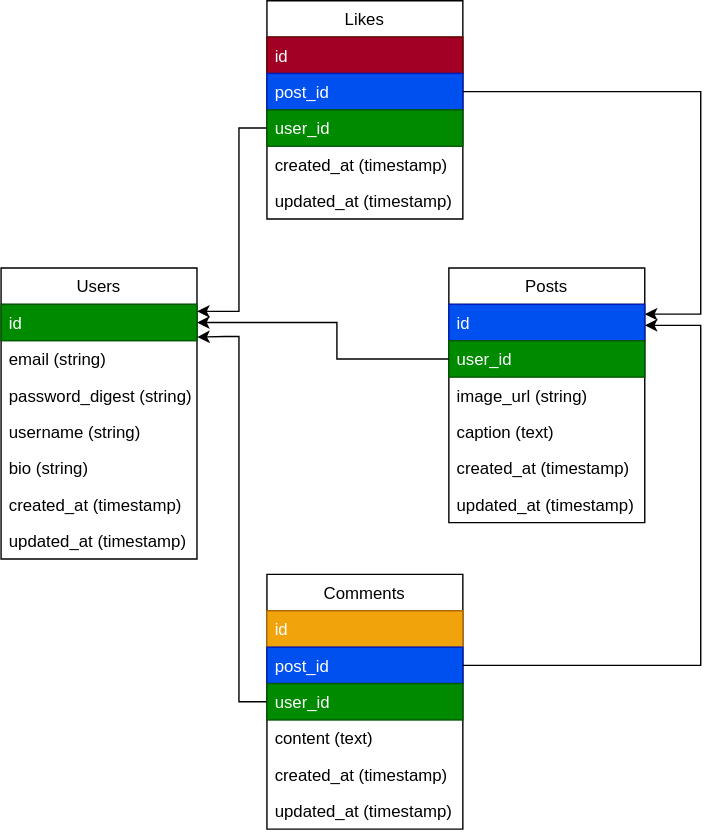
The draw.io diagram domain_model.drawio.svg in makersacademy/instagram-challenge, before a commit. Source tidied: cells renumbered, new cells last; positions are measured from the earlier drawing's top-left corner, leaving out a move shared by most shapes.
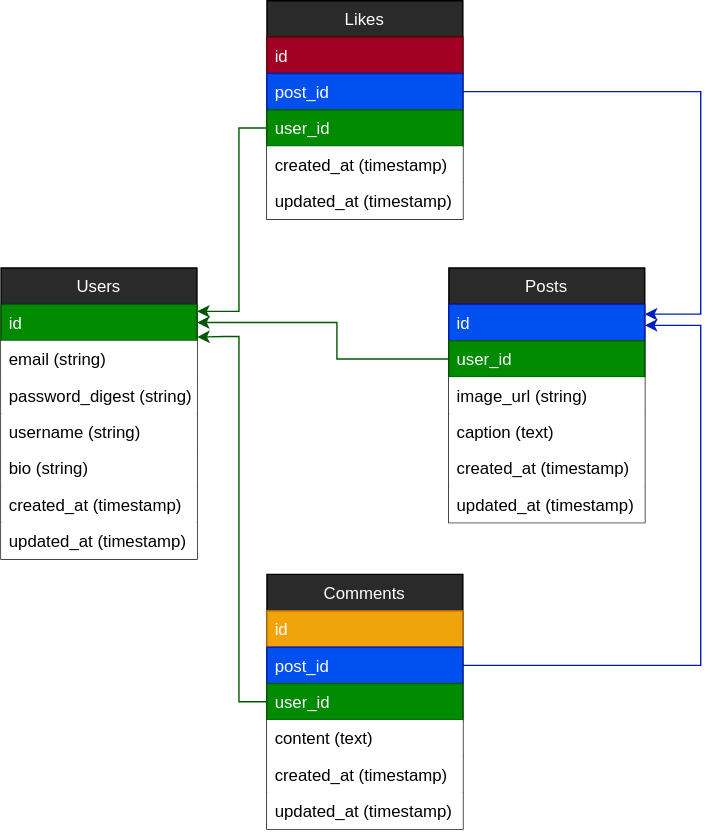
After the commit.

What changed in the source:
```diff
@@ -1,32 +1,32 @@
-<mxGraphModel background="#ffffff">
+<mxGraphModel>
   <root>
     <mxCell id="0" />
     <mxCell id="1" parent="0" />
-    <mxCell id="2" value="Users" style="swimlane;fontStyle=0;horizontal=1;startSize=26;" parent="1" vertex="1">
+    <mxCell id="2" value="Users" style="swimlane;fontStyle=0;horizontal=1;startSize=26;fillColor=#2A2A2A;fontColor=#FFFFFF;" parent="1" vertex="1">
       <mxGeometry y="191" width="140" height="208" as="geometry" />
     </mxCell>
     <mxCell id="3" value="id" style="text;strokeColor=#005700;fillColor=#008a00;align=left;verticalAlign=top;spacingLeft=4;spacingRight=4;overflow=hidden;points=[[0,0.5],[1,0.5]];portConstraint=eastwest;fontColor=#ffffff;" parent="2" vertex="1">
       <mxGeometry y="26" width="140" height="26" as="geometry" />
     </mxCell>
-    <mxCell id="4" value="email (string)" style="text;strokeColor=none;align=left;verticalAlign=top;spacingLeft=4;spacingRight=4;overflow=hidden;fontColor=#000000;" parent="2" vertex="1">
+    <mxCell id="4" value="email (string)" style="text;align=left;verticalAlign=top;spacingLeft=4;spacingRight=4;overflow=hidden;fillColor=#FFFFFF;fontColor=#000000;" parent="2" vertex="1">
       <mxGeometry y="52" width="140" height="26" as="geometry" />
     </mxCell>
-    <mxCell id="5" value="password_digest (string)" style="text;strokeColor=none;align=left;verticalAlign=top;spacingLeft=4;spacingRight=4;overflow=hidden;fontColor=#000000;" parent="2" vertex="1">
+    <mxCell id="5" value="password_digest (string)" style="text;align=left;verticalAlign=top;spacingLeft=4;spacingRight=4;overflow=hidden;fillColor=#FFFFFF;fontColor=#000000;" parent="2" vertex="1">
       <mxGeometry y="78" width="140" height="26" as="geometry" />
     </mxCell>
-    <mxCell id="6" value="username (string)" style="text;strokeColor=none;align=left;verticalAlign=top;spacingLeft=4;spacingRight=4;overflow=hidden;fontColor=#000000;" parent="2" vertex="1">
+    <mxCell id="6" value="username (string)" style="text;align=left;verticalAlign=top;spacingLeft=4;spacingRight=4;overflow=hidden;fillColor=#FFFFFF;fontColor=#000000;" parent="2" vertex="1">
       <mxGeometry y="104" width="140" height="26" as="geometry" />
     </mxCell>
-    <mxCell id="7" value="bio (string)" style="text;strokeColor=none;align=left;verticalAlign=top;spacingLeft=4;spacingRight=4;overflow=hidden;fontColor=#000000;" parent="2" vertex="1">
+    <mxCell id="7" value="bio (string)" style="text;align=left;verticalAlign=top;spacingLeft=4;spacingRight=4;overflow=hidden;fillColor=#FFFFFF;fontColor=#000000;" parent="2" vertex="1">
       <mxGeometry y="130" width="140" height="26" as="geometry" />
     </mxCell>
-    <mxCell id="8" value="created_at (timestamp)" style="text;strokeColor=none;align=left;verticalAlign=top;spacingLeft=4;spacingRight=4;overflow=hidden;fontColor=#000000;" parent="2" vertex="1">
+    <mxCell id="8" value="created_at (timestamp)" style="text;align=left;verticalAlign=top;spacingLeft=4;spacingRight=4;overflow=hidden;fillColor=#FFFFFF;fontColor=#000000;" parent="2" vertex="1">
       <mxGeometry y="156" width="140" height="26" as="geometry" />
     </mxCell>
-    <mxCell id="9" value="updated_at (timestamp)" style="text;strokeColor=none;align=left;verticalAlign=top;spacingLeft=4;spacingRight=4;overflow=hidden;fontColor=#000000;" parent="2" vertex="1">
+    <mxCell id="9" value="updated_at (timestamp)" style="text;align=left;verticalAlign=top;spacingLeft=4;spacingRight=4;overflow=hidden;fillColor=#FFFFFF;fontColor=#000000;" parent="2" vertex="1">
       <mxGeometry y="182" width="140" height="26" as="geometry" />
     </mxCell>
-    <mxCell id="10" value="Likes" style="swimlane;fontStyle=0;horizontal=1;startSize=26;" parent="1" vertex="1">
+    <mxCell id="10" value="Likes" style="swimlane;fontStyle=0;horizontal=1;startSize=26;fillColor=#2A2A2A;fontColor=#FFFFFF;" parent="1" vertex="1">
       <mxGeometry x="190" width="140" height="156" as="geometry" />
     </mxCell>
     <mxCell id="11" value="id" style="text;strokeColor=#6F0000;fillColor=#a20025;align=left;verticalAlign=top;spacingLeft=4;spacingRight=4;overflow=hidden;fontColor=#ffffff;" parent="10" vertex="1">
@@ -38,13 +38,13 @@
     <mxCell id="13" value="user_id" style="text;strokeColor=#005700;fillColor=#008a00;align=left;verticalAlign=top;spacingLeft=4;spacingRight=4;overflow=hidden;points=[[0,0.5],[1,0.5]];portConstraint=eastwest;fontColor=#ffffff;" parent="10" vertex="1">
       <mxGeometry y="78" width="140" height="26" as="geometry" />
     </mxCell>
-    <mxCell id="14" value="created_at (timestamp)" style="text;strokeColor=none;align=left;verticalAlign=top;spacingLeft=4;spacingRight=4;overflow=hidden;fontColor=#000000;" parent="10" vertex="1">
+    <mxCell id="14" value="created_at (timestamp)" style="text;align=left;verticalAlign=top;spacingLeft=4;spacingRight=4;overflow=hidden;fillColor=#FFFFFF;fontColor=#000000;" parent="10" vertex="1">
       <mxGeometry y="104" width="140" height="26" as="geometry" />
     </mxCell>
-    <mxCell id="15" value="updated_at (timestamp)" style="text;strokeColor=none;align=left;verticalAlign=top;spacingLeft=4;spacingRight=4;overflow=hidden;fontColor=#000000;" parent="10" vertex="1">
+    <mxCell id="15" value="updated_at (timestamp)" style="text;align=left;verticalAlign=top;spacingLeft=4;spacingRight=4;overflow=hidden;fillColor=#FFFFFF;fontColor=#000000;" parent="10" vertex="1">
       <mxGeometry y="130" width="140" height="26" as="geometry" />
     </mxCell>
-    <mxCell id="16" value="Comments" style="swimlane;fontStyle=0;horizontal=1;startSize=26;" parent="1" vertex="1">
+    <mxCell id="16" value="Comments" style="swimlane;fontStyle=0;horizontal=1;startSize=26;fillColor=#2A2A2A;fontColor=#FFFFFF;" parent="1" vertex="1">
       <mxGeometry x="190" y="410" width="140" height="182" as="geometry" />
     </mxCell>
     <mxCell id="17" value="id" style="text;strokeColor=#BD7000;fillColor=#f0a30a;align=left;verticalAlign=top;spacingLeft=4;spacingRight=4;overflow=hidden;fontColor=#FFFFFF;" parent="16" vertex="1">
@@ -56,16 +56,16 @@
     <mxCell id="19" value="user_id" style="text;strokeColor=#005700;fillColor=#008a00;align=left;verticalAlign=top;spacingLeft=4;spacingRight=4;overflow=hidden;points=[[0,0.5],[1,0.5]];portConstraint=eastwest;fontColor=#ffffff;" parent="16" vertex="1">
       <mxGeometry y="78" width="140" height="26" as="geometry" />
     </mxCell>
-    <mxCell id="20" value="content (text)" style="text;align=left;verticalAlign=top;spacingLeft=4;spacingRight=4;overflow=hidden;fontColor=#000000;" parent="16" vertex="1">
+    <mxCell id="20" value="content (text)" style="text;align=left;verticalAlign=top;spacingLeft=4;spacingRight=4;overflow=hidden;fillColor=#FFFFFF;fontColor=#000000;" parent="16" vertex="1">
       <mxGeometry y="104" width="140" height="26" as="geometry" />
     </mxCell>
-    <mxCell id="21" value="created_at (timestamp)" style="text;align=left;verticalAlign=top;spacingLeft=4;spacingRight=4;overflow=hidden;fontColor=#000000;" parent="16" vertex="1">
+    <mxCell id="21" value="created_at (timestamp)" style="text;align=left;verticalAlign=top;spacingLeft=4;spacingRight=4;overflow=hidden;fillColor=#FFFFFF;fontColor=#000000;" parent="16" vertex="1">
       <mxGeometry y="130" width="140" height="26" as="geometry" />
     </mxCell>
-    <mxCell id="22" value="updated_at (timestamp)" style="text;strokeColor=none;align=left;verticalAlign=top;spacingLeft=4;spacingRight=4;overflow=hidden;fontColor=#000000;" parent="16" vertex="1">
+    <mxCell id="22" value="updated_at (timestamp)" style="text;align=left;verticalAlign=top;spacingLeft=4;spacingRight=4;overflow=hidden;fillColor=#FFFFFF;fontColor=#000000;" parent="16" vertex="1">
       <mxGeometry y="156" width="140" height="26" as="geometry" />
     </mxCell>
-    <mxCell id="23" value="Posts" style="swimlane;fontStyle=0;horizontal=1;startSize=26;" parent="1" vertex="1">
+    <mxCell id="23" value="Posts" style="swimlane;fontStyle=0;horizontal=1;startSize=26;fillColor=#2A2A2A;fontColor=#FFFFFF;" parent="1" vertex="1">
       <mxGeometry x="320" y="191" width="140" height="182" as="geometry" />
     </mxCell>
     <mxCell id="24" value="id" style="text;strokeColor=#001DBC;fillColor=#0050ef;align=left;verticalAlign=top;spacingLeft=4;spacingRight=4;overflow=hidden;points=[[0,0.5],[1,0.5]];portConstraint=eastwest;fontColor=#ffffff;" parent="23" vertex="1">
@@ -74,19 +74,19 @@
     <mxCell id="25" value="user_id" style="text;strokeColor=#005700;fillColor=#008a00;align=left;verticalAlign=top;spacingLeft=4;spacingRight=4;overflow=hidden;points=[[0,0.5],[1,0.5]];portConstraint=eastwest;fontColor=#ffffff;" parent="23" vertex="1">
       <mxGeometry y="52" width="140" height="26" as="geometry" />
     </mxCell>
-    <mxCell id="26" value="image_url (string)" style="text;strokeColor=none;align=left;verticalAlign=top;spacingLeft=4;spacingRight=4;overflow=hidden;labelBackgroundColor=none;fontColor=#000000;" parent="23" vertex="1">
+    <mxCell id="26" value="image_url (string)" style="text;align=left;verticalAlign=top;spacingLeft=4;spacingRight=4;overflow=hidden;labelBackgroundColor=none;fillColor=#FFFFFF;fontColor=#000000;" parent="23" vertex="1">
       <mxGeometry y="78" width="140" height="26" as="geometry" />
     </mxCell>
-    <mxCell id="27" value="caption (text)" style="text;strokeColor=none;align=left;verticalAlign=top;spacingLeft=4;spacingRight=4;overflow=hidden;fontColor=#000000;" parent="23" vertex="1">
+    <mxCell id="27" value="caption (text)" style="text;align=left;verticalAlign=top;spacingLeft=4;spacingRight=4;overflow=hidden;fillColor=#FFFFFF;fontColor=#000000;" parent="23" vertex="1">
       <mxGeometry y="104" width="140" height="26" as="geometry" />
     </mxCell>
-    <mxCell id="28" value="created_at (timestamp)" style="text;strokeColor=none;align=left;verticalAlign=top;spacingLeft=4;spacingRight=4;overflow=hidden;fontColor=#000000;" parent="23" vertex="1">
+    <mxCell id="28" value="created_at (timestamp)" style="text;align=left;verticalAlign=top;spacingLeft=4;spacingRight=4;overflow=hidden;fillColor=#FFFFFF;fontColor=#000000;" parent="23" vertex="1">
       <mxGeometry y="130" width="140" height="26" as="geometry" />
     </mxCell>
-    <mxCell id="29" value="updated_at (timestamp)" style="text;strokeColor=none;align=left;verticalAlign=top;spacingLeft=4;spacingRight=4;overflow=hidden;fontColor=#000000;" parent="23" vertex="1">
+    <mxCell id="29" value="updated_at (timestamp)" style="text;align=left;verticalAlign=top;spacingLeft=4;spacingRight=4;overflow=hidden;fillColor=#FFFFFF;fontColor=#000000;" parent="23" vertex="1">
       <mxGeometry y="156" width="140" height="26" as="geometry" />
     </mxCell>
-    <mxCell id="30" style="edgeStyle=orthogonalEdgeStyle;rounded=0;jettySize=auto;html=1;fontColor=#FFFFFF;" parent="1" edge="1" source="18" target="24">
+    <mxCell id="30" style="edgeStyle=orthogonalEdgeStyle;rounded=0;jettySize=auto;html=1;fontColor=#FFFFFF;fillColor=#0050ef;strokeColor=#001DBC;" parent="1" edge="1" source="18" target="24">
       <mxGeometry relative="1" as="geometry">
         <Array as="points">
           <mxPoint x="500" y="475" />
@@ -94,7 +94,7 @@
         </Array>
       </mxGeometry>
     </mxCell>
-    <mxCell id="31" style="edgeStyle=orthogonalEdgeStyle;rounded=0;jettySize=auto;html=1;fontColor=#FFFFFF;" parent="1" edge="1" source="12">
+    <mxCell id="31" style="edgeStyle=orthogonalEdgeStyle;rounded=0;jettySize=auto;html=1;fontColor=#FFFFFF;fillColor=#0050ef;strokeColor=#001DBC;" parent="1" edge="1" source="12">
       <mxGeometry relative="1" as="geometry">
         <mxPoint x="460" y="224" as="targetPoint" />
         <Array as="points">
@@ -103,7 +103,7 @@
         </Array>
       </mxGeometry>
     </mxCell>
-    <mxCell id="32" style="edgeStyle=orthogonalEdgeStyle;rounded=0;jettySize=auto;html=1;fontColor=#FFFFFF;" parent="1" edge="1" source="13">
+    <mxCell id="32" style="edgeStyle=orthogonalEdgeStyle;rounded=0;jettySize=auto;html=1;fontColor=#FFFFFF;fillColor=#008a00;strokeColor=#005700;" parent="1" edge="1" source="13">
       <mxGeometry relative="1" as="geometry">
         <mxPoint x="140" y="222" as="targetPoint" />
         <Array as="points">
@@ -112,7 +112,7 @@
         </Array>
       </mxGeometry>
     </mxCell>
-    <mxCell id="33" style="edgeStyle=orthogonalEdgeStyle;rounded=0;jettySize=auto;html=1;fontColor=#FFFFFF;entryX=1;entryY=0.5;entryDx=0;entryDy=0;" parent="1" edge="1" source="25" target="3">
+    <mxCell id="33" style="edgeStyle=orthogonalEdgeStyle;rounded=0;jettySize=auto;html=1;fontColor=#FFFFFF;entryX=1;entryY=0.5;entryDx=0;entryDy=0;fillColor=#008a00;strokeColor=#005700;" parent="1" edge="1" source="25" target="3">
       <mxGeometry relative="1" as="geometry">
         <Array as="points">
           <mxPoint x="240" y="256" />
@@ -120,7 +120,7 @@
         </Array>
       </mxGeometry>
     </mxCell>
-    <mxCell id="34" style="edgeStyle=orthogonalEdgeStyle;rounded=0;jettySize=auto;html=1;fontColor=#FFFFFF;entryX=1.001;entryY=0.899;entryDx=0;entryDy=0;entryPerimeter=0;" parent="1" edge="1" source="19" target="3">
+    <mxCell id="34" style="edgeStyle=orthogonalEdgeStyle;rounded=0;jettySize=auto;html=1;fontColor=#FFFFFF;entryX=1.001;entryY=0.899;entryDx=0;entryDy=0;entryPerimeter=0;fillColor=#008a00;strokeColor=#005700;" parent="1" edge="1" source="19" target="3">
       <mxGeometry relative="1" as="geometry">
         <Array as="points">
           <mxPoint x="170" y="501" />
```
